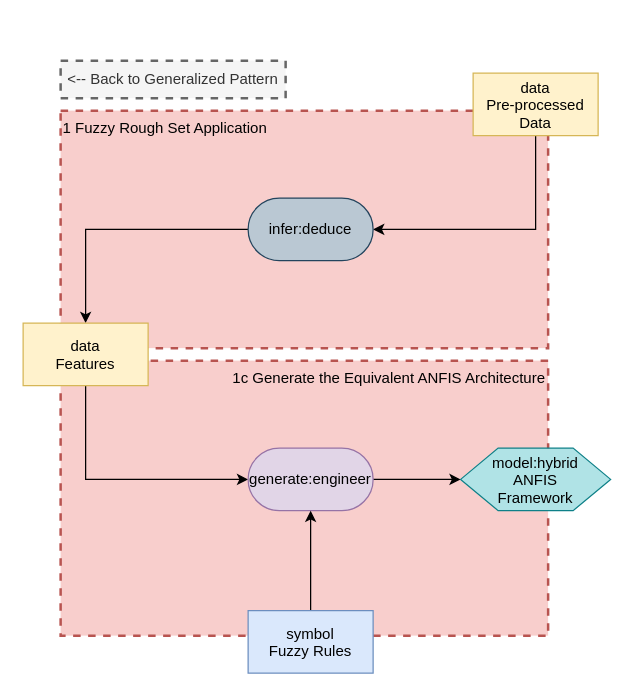
The draw.io diagram page "Embed Rules in Layers 1" (4 of 8) of medical patterns to boxologies/Rule-Based Method pre-processes input data for ML Prediction (RBML)/REML.drawio in zonnesmit/thesis, before the edit. Source tidied: cells renumbered, new cells numbered last; positions are measured from the earlier drawing's top-left corner, leaving out a move shared by most shapes. Both pictures are drawn from the tidied source at 125%, with x=0, y=0 at pixel (22, 60).
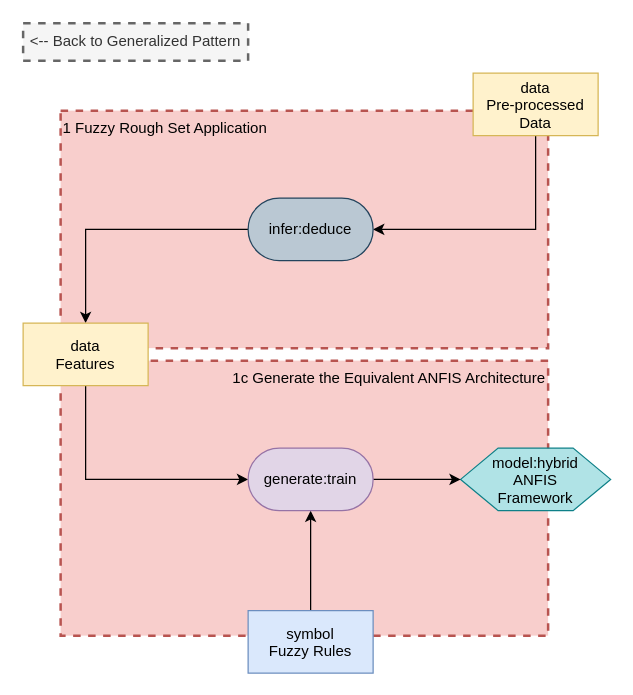
After the change.

What changed in the source:
```diff
@@
 <mxGraphModel>
   <root>
     <mxCell id="0" />
     <mxCell id="1" parent="0" />
     <mxCell id="2" value="1c Generate the Equivalent ANFIS Architecture" style="text;html=1;align=right;verticalAlign=top;whiteSpace=wrap;rounded=0;dashed=1;fillColor=#f8cecc;strokeColor=#b85450;strokeWidth=2;" parent="1" vertex="1">
       <mxGeometry x="30" y="240" width="390" height="220" as="geometry" />
     </mxCell>
     <mxCell id="3" value="1 Fuzzy Rough Set Application" style="text;html=1;align=left;verticalAlign=top;whiteSpace=wrap;rounded=0;dashed=1;fillColor=#f8cecc;strokeColor=#b85450;strokeWidth=2;" parent="1" vertex="1">
       <mxGeometry x="30" y="40" width="390" height="190" as="geometry" />
     </mxCell>
     <mxCell id="4" style="edgeStyle=orthogonalEdgeStyle;rounded=0;jettySize=auto;html=1;exitX=0.5;exitY=1;exitDx=0;exitDy=0;entryX=1;entryY=0.5;entryDx=0;entryDy=0;" parent="1" edge="1" source="5" target="7">
       <mxGeometry relative="1" as="geometry" />
     </mxCell>
     <mxCell id="5" value="data&#10;Pre-processed&#10;Data" style="rectangle;fillColor=#fff2cc;strokeColor=#d6b656;" parent="1" vertex="1">
       <mxGeometry x="360" y="10" width="100" height="50" as="geometry" />
     </mxCell>
     <mxCell id="6" style="edgeStyle=orthogonalEdgeStyle;rounded=0;jettySize=auto;html=1;exitX=0;exitY=0.5;exitDx=0;exitDy=0;entryX=0.5;entryY=0;entryDx=0;entryDy=0;" parent="1" edge="1" source="7" target="9">
       <mxGeometry relative="1" as="geometry" />
     </mxCell>
     <mxCell id="7" value="infer:deduce" style="rounded=1;whiteSpace=wrap;html=1;arcSize=50;fillColor=#bac8d3;strokeColor=#23445d;" parent="1" vertex="1">
       <mxGeometry x="180" y="110" width="100" height="50" as="geometry" />
     </mxCell>
-    <mxCell id="8" style="edgeStyle=orthogonalEdgeStyle;rounded=0;jettySize=auto;html=1;exitX=0.5;exitY=1;exitDx=0;exitDy=0;entryX=0;entryY=0.5;entryDx=0;entryDy=0;" parent="1" edge="1" source="9" target="11">
-      <mxGeometry relative="1" as="geometry" />
-    </mxCell>
+    <mxCell id="16" style="edgeStyle=orthogonalEdgeStyle;rounded=0;jettySize=auto;html=1;exitX=0.5;exitY=1;exitDx=0;exitDy=0;entryX=0;entryY=0.5;entryDx=0;entryDy=0;" parent="1" edge="1" source="9" target="19">
+      <mxGeometry relative="1" as="geometry" />
+    </mxCell>
     <mxCell id="9" value="data&#10;Features" style="rectangle;fillColor=#fff2cc;strokeColor=#d6b656;" parent="1" vertex="1">
       <mxGeometry y="210" width="100" height="50" as="geometry" />
     </mxCell>
-    <mxCell id="10" style="edgeStyle=orthogonalEdgeStyle;rounded=0;jettySize=auto;html=1;exitX=1;exitY=0.5;exitDx=0;exitDy=0;entryX=0;entryY=0.5;entryDx=0;entryDy=0;" parent="1" edge="1" source="11" target="12">
-      <mxGeometry relative="1" as="geometry" />
-    </mxCell>
-    <mxCell id="11" value="generate:engineer" style="rounded=1;whiteSpace=wrap;html=1;arcSize=50;fillColor=#e1d5e7;strokeColor=#9673a6;" parent="1" vertex="1">
-      <mxGeometry x="180" y="310" width="100" height="50" as="geometry" />
-    </mxCell>
     <mxCell id="12" value="model:hybrid&#10;ANFIS&#10;Framework" style="shape=hexagon;perimeter=hexagonPerimeter2;fillColor=#b0e3e6;strokeColor=#0e8088;" parent="1" vertex="1">
       <mxGeometry x="350" y="310" width="120" height="50" as="geometry" />
     </mxCell>
-    <mxCell id="13" style="edgeStyle=orthogonalEdgeStyle;rounded=0;jettySize=auto;html=1;entryX=0.5;entryY=1;entryDx=0;entryDy=0;" parent="1" edge="1" source="14" target="11">
-      <mxGeometry relative="1" as="geometry" />
-    </mxCell>
+    <mxCell id="17" style="edgeStyle=orthogonalEdgeStyle;rounded=0;jettySize=auto;html=1;exitX=0.5;exitY=0;exitDx=0;exitDy=0;entryX=0.5;entryY=1;entryDx=0;entryDy=0;" parent="1" edge="1" source="14" target="19">
+      <mxGeometry relative="1" as="geometry" />
+    </mxCell>
     <mxCell id="14" value="symbol&#10;Fuzzy Rules" style="rectangle;fillColor=#dae8fc;strokeColor=#6c8ebf;" parent="1" vertex="1">
       <mxGeometry x="180" y="440" width="100" height="50" as="geometry" />
     </mxCell>
     <mxCell id="15" value="&amp;lt;-- Back to Generalized Pattern" style="text;html=1;align=center;verticalAlign=middle;whiteSpace=wrap;rounded=0;dashed=1;fillColor=#f5f5f5;strokeColor=#666666;strokeWidth=2;fontColor=#333333;" parent="1" vertex="1">
-      <mxGeometry x="30" width="180" height="30" as="geometry" />
+      <mxGeometry y="-30" width="180" height="30" as="geometry" />
     </mxCell>
+    <mxCell id="18" style="edgeStyle=orthogonalEdgeStyle;rounded=0;jettySize=auto;html=1;exitX=1;exitY=0.5;exitDx=0;exitDy=0;entryX=0;entryY=0.5;entryDx=0;entryDy=0;" parent="1" edge="1" source="19" target="12">
+      <mxGeometry relative="1" as="geometry" />
+    </mxCell>
+    <mxCell id="19" value="generate:train" style="rounded=1;whiteSpace=wrap;html=1;arcSize=50;fillColor=#e1d5e7;strokeColor=#9673a6;" parent="1" vertex="1">
+      <mxGeometry x="180" y="310" width="100" height="50" as="geometry" />
+    </mxCell>
   </root>
 </mxGraphModel>
```
